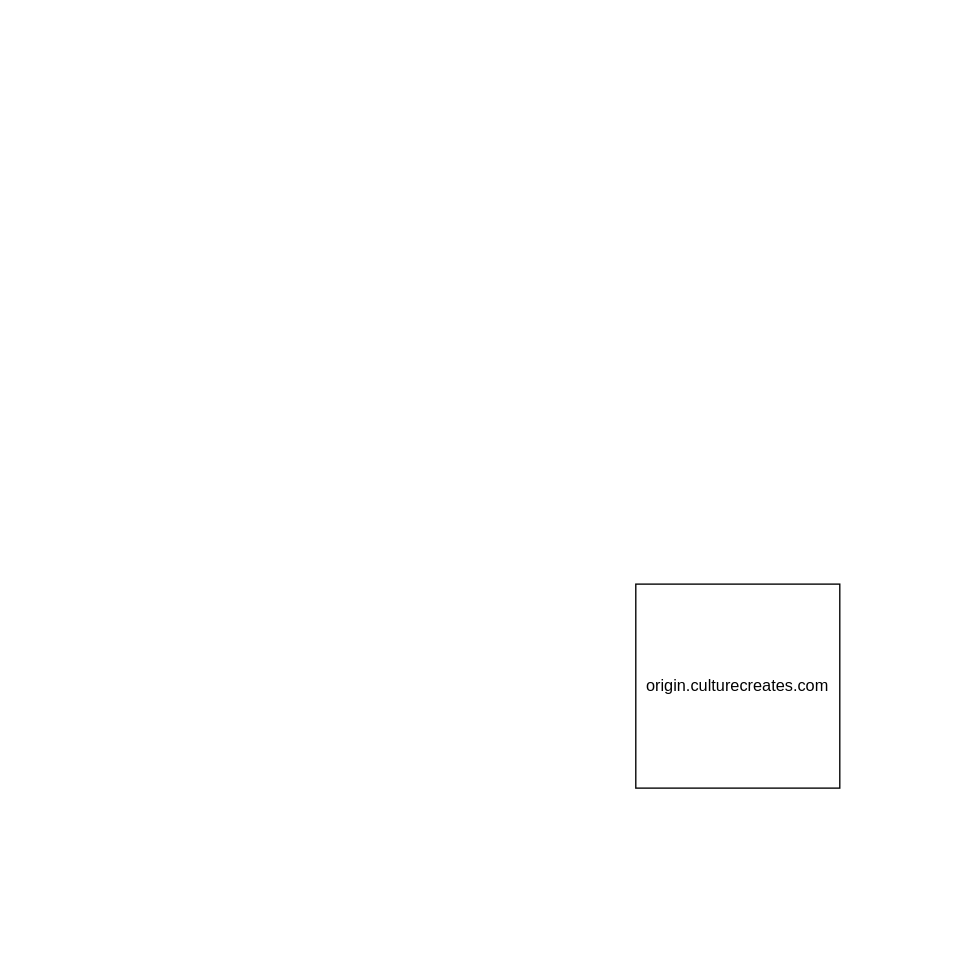
Above: Untitled Diagram.drawio in culturecreates/culture-creates-wiki (draw.io), before the change. Source tidied: cells renumbered, new cells numbered last; positions are measured from the earlier drawing's top-left corner, leaving out a move shared by most shapes. Both pictures are drawn from the tidied source at 136%, with x=0, y=0 at pixel (635, 583).
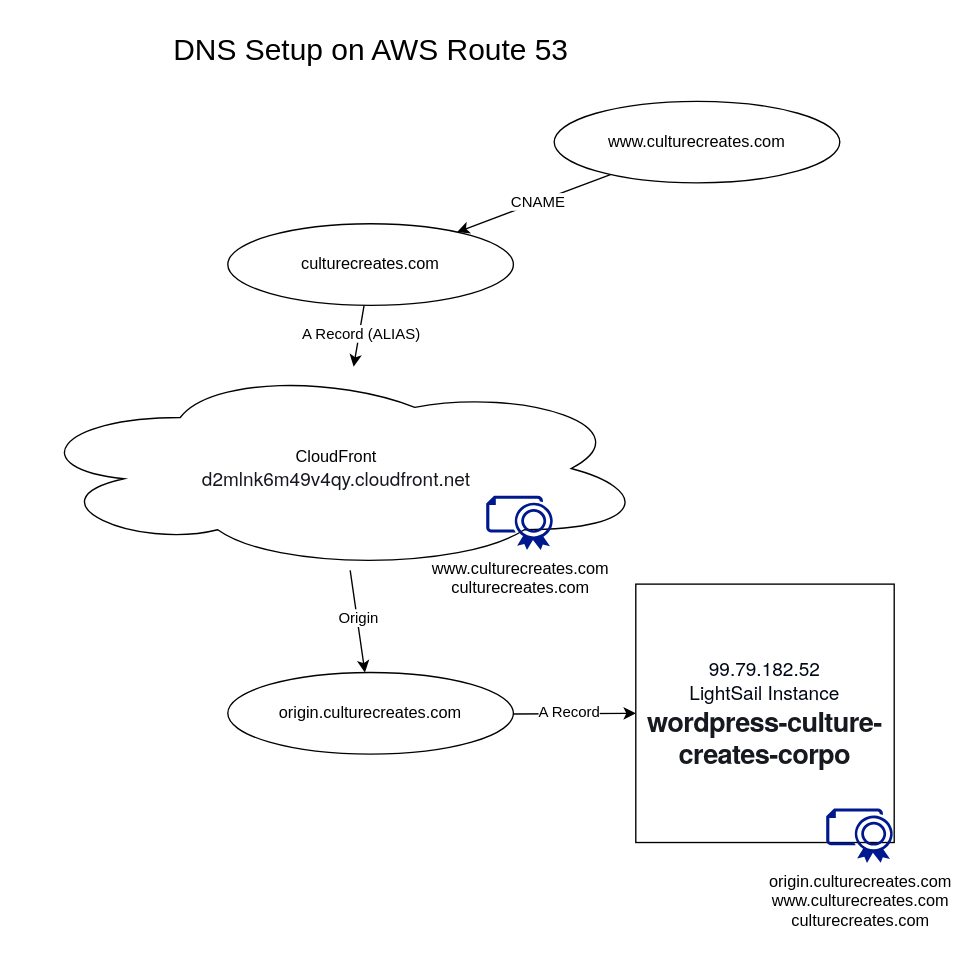
Above is the later version.

Diff of the diagram source:
```diff
@@
 <mxGraphModel>
   <root>
     <mxCell id="0" />
     <mxCell id="1" parent="0" />
-    <mxCell id="2" value="origin.culturecreates.com" style="whiteSpace=wrap;html=1;" parent="1" vertex="1">
-      <mxGeometry width="150" height="150" as="geometry" />
+    <mxCell id="2" value="&lt;span style=&quot;text-align: start; caret-color: rgb(0, 7, 22); color: rgb(0, 7, 22); font-family: &amp;quot;Amazon Ember&amp;quot;, &amp;quot;Helvetica Neue&amp;quot;, Roboto, Arial, sans-serif; font-size: 14px; background-color: rgb(255, 255, 255);&quot;&gt;99.79.182.52&lt;/span&gt;&lt;br&gt;&lt;div&gt;&lt;span style=&quot;text-align: start; caret-color: rgb(0, 7, 22); color: rgb(0, 7, 22); font-family: &amp;quot;Amazon Ember&amp;quot;, &amp;quot;Helvetica Neue&amp;quot;, Roboto, Arial, sans-serif; font-size: 14px; background-color: rgb(255, 255, 255);&quot;&gt;LightSail Instance&lt;/span&gt;&lt;/div&gt;&lt;div&gt;&lt;span style=&quot;text-align: start; caret-color: rgb(22, 25, 31); color: rgb(22, 25, 31); font-family: &amp;quot;Amazon Ember&amp;quot;, &amp;quot;Helvetica Neue&amp;quot;, Roboto, Arial, sans-serif; font-weight: 700; letter-spacing: -0.48px; background-color: rgb(255, 255, 255);&quot;&gt;&lt;font style=&quot;font-size: 20px;&quot;&gt;wordpress-culture-creates-corpo&lt;/font&gt;&lt;/span&gt;&lt;span style=&quot;text-align: start; caret-color: rgb(0, 7, 22); color: rgb(0, 7, 22); font-family: &amp;quot;Amazon Ember&amp;quot;, &amp;quot;Helvetica Neue&amp;quot;, Roboto, Arial, sans-serif; font-size: 14px; background-color: rgb(255, 255, 255);&quot;&gt;&lt;br&gt;&lt;/span&gt;&lt;/div&gt;" style="whiteSpace=wrap;html=1;" parent="1" vertex="1">
+      <mxGeometry width="190" height="190" as="geometry" />
     </mxCell>
+    <mxCell id="3" style="endArrow=classic;html=1;rounded=0;" parent="1" edge="1" source="12" target="2">
+      <mxGeometry relative="1" as="geometry" />
+    </mxCell>
+    <mxCell id="4" value="A Record" style="edgeLabel;html=1;align=center;verticalAlign=middle;" parent="3" vertex="1">
+      <mxGeometry x="-0.07" y="2" relative="1" as="geometry">
+        <mxPoint x="-1" as="offset" />
+      </mxGeometry>
+    </mxCell>
+    <mxCell id="5" value="CloudFront&lt;div&gt;&lt;span style=&quot;text-align: start; caret-color: rgb(22, 25, 31); color: rgb(22, 25, 31); font-family: &amp;quot;Amazon Ember&amp;quot;, &amp;quot;Helvetica Neue&amp;quot;, Roboto, Arial, sans-serif; font-size: 14px; background-color: rgb(255, 255, 255);&quot;&gt;d2mlnk6m49v4qy.cloudfront.net&lt;/span&gt;&lt;br&gt;&lt;/div&gt;" style="ellipse;shape=cloud;whiteSpace=wrap;html=1;" parent="1" vertex="1">
+      <mxGeometry x="-450" y="-160" width="460" height="150" as="geometry" />
+    </mxCell>
+    <mxCell id="6" value="www.culturecreates.com" style="ellipse;whiteSpace=wrap;html=1;" parent="1" vertex="1">
+      <mxGeometry x="-60" y="-355" width="210" height="60" as="geometry" />
+    </mxCell>
+    <mxCell id="7" value="culturecreates.com" style="ellipse;whiteSpace=wrap;html=1;" parent="1" vertex="1">
+      <mxGeometry x="-300" y="-265" width="210" height="60" as="geometry" />
+    </mxCell>
+    <mxCell id="8" style="endArrow=classic;html=1;rounded=0;" parent="1" edge="1" source="6" target="7">
+      <mxGeometry relative="1" as="geometry" />
+    </mxCell>
+    <mxCell id="9" value="CNAME" style="edgeLabel;html=1;align=center;verticalAlign=middle;" parent="8" vertex="1">
+      <mxGeometry x="-0.05" relative="1" as="geometry" />
+    </mxCell>
+    <mxCell id="10" style="endArrow=classic;html=1;rounded=0;" parent="1" edge="1" source="7" target="5">
+      <mxGeometry relative="1" as="geometry" />
+    </mxCell>
+    <mxCell id="11" value="A Record (ALIAS)" style="edgeLabel;html=1;align=center;verticalAlign=middle;" parent="10" vertex="1">
+      <mxGeometry x="-0.07" y="1" relative="1" as="geometry" />
+    </mxCell>
+    <mxCell id="12" value="origin.culturecreates.com" style="ellipse;whiteSpace=wrap;html=1;" parent="1" vertex="1">
+      <mxGeometry x="-300" y="65" width="210" height="60" as="geometry" />
+    </mxCell>
+    <mxCell id="13" style="endArrow=classic;html=1;rounded=0;" parent="1" edge="1" source="5" target="12">
+      <mxGeometry relative="1" as="geometry" />
+    </mxCell>
+    <mxCell id="14" value="Origin" style="edgeLabel;html=1;align=center;verticalAlign=middle;" parent="13" vertex="1">
+      <mxGeometry x="-0.07" y="1" relative="1" as="geometry" />
+    </mxCell>
+    <mxCell id="15" value="origin.culturecreates.com&lt;div&gt;www.culturecreates.com&lt;/div&gt;&lt;div&gt;culturecreates.com&lt;/div&gt;" style="shadow=0;dashed=0;html=1;strokeColor=none;labelPosition=center;verticalLabelPosition=bottom;verticalAlign=top;align=center;fillColor=#00188D;shape=mxgraph.azure.certificate;" parent="1" vertex="1">
+      <mxGeometry x="140" y="165" width="50" height="40" as="geometry" />
+    </mxCell>
+    <mxCell id="16" value="&lt;div&gt;www.culturecreates.com&lt;/div&gt;&lt;div&gt;culturecreates.com&lt;/div&gt;" style="sketch=0;shadow=0;dashed=0;html=1;strokeColor=none;labelPosition=center;verticalLabelPosition=bottom;verticalAlign=top;align=center;fillColor=#00188D;shape=mxgraph.azure.certificate;labelBackgroundColor=none;labelBorderColor=none;" parent="1" vertex="1">
+      <mxGeometry x="-110" y="-65" width="50" height="40" as="geometry" />
+    </mxCell>
+    <mxCell id="17" value="DNS Setup on AWS Route 53" style="text;html=1;align=center;verticalAlign=middle;strokeColor=none;fillColor=none;fontSize=22;" parent="1" vertex="1">
+      <mxGeometry x="-350" y="-412" width="310" height="40" as="geometry" />
+    </mxCell>
   </root>
 </mxGraphModel>
```
